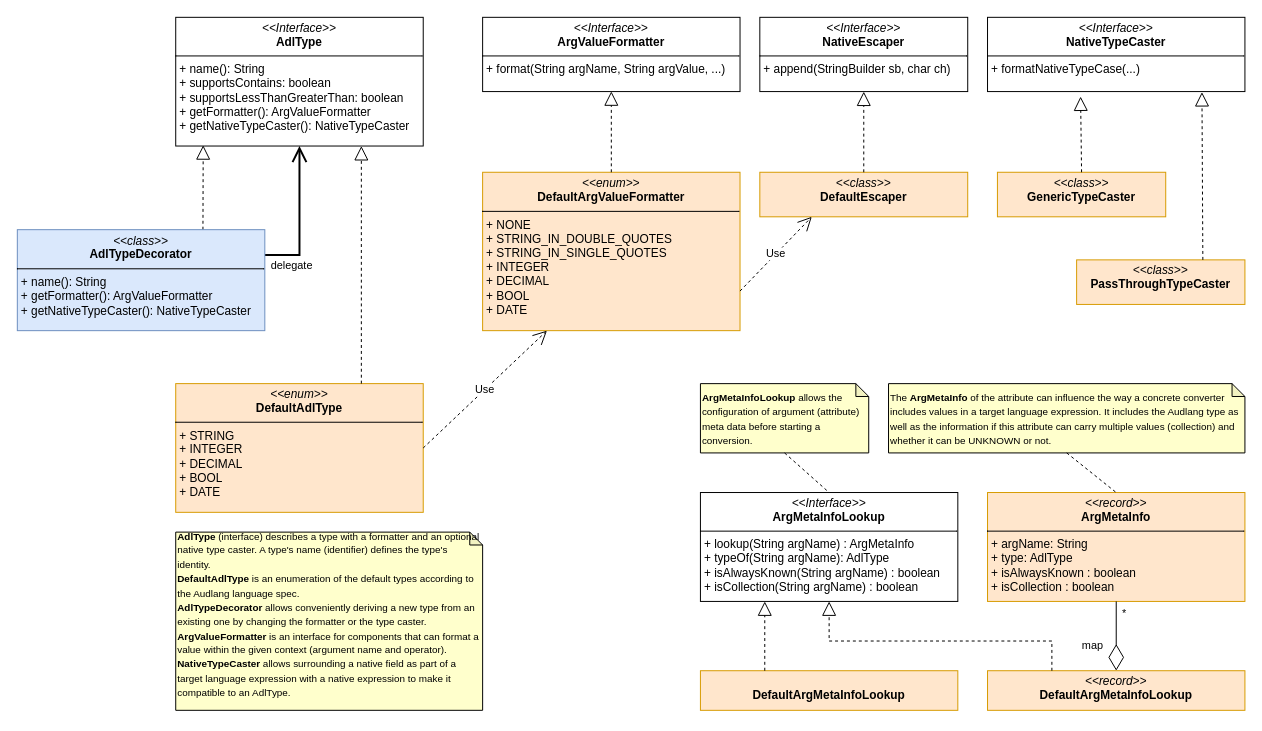
The draw.io diagram src/main/java/de/calamanari/adl/cnv/tps/tps.drawio in KarlEilebrecht/audlang-java-core, before the edit. Source tidied: cells renumbered, new cells numbered last; positions are measured from the earlier drawing's top-left corner, leaving out a move shared by most shapes. Both pictures are drawn from the tidied source at 99%, with x=0, y=0 at pixel (17, 17).
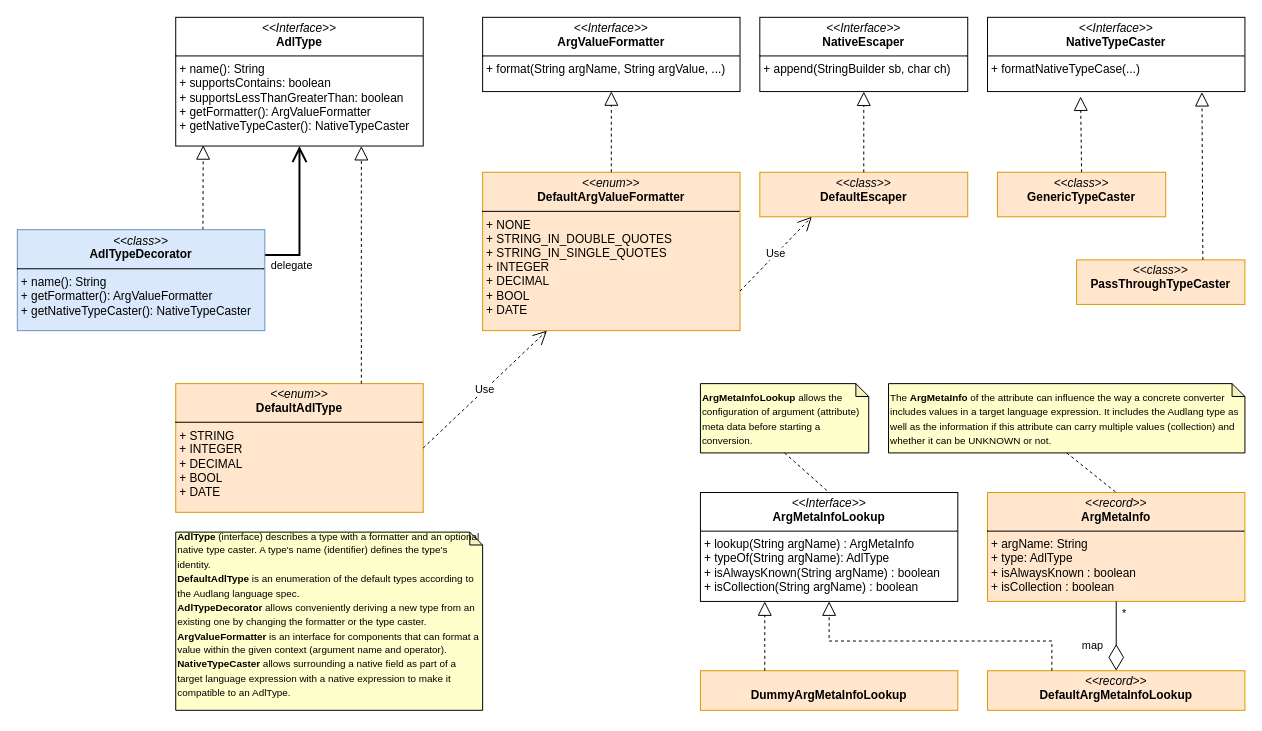
The same page after the edit.

What changed in the source:
```diff
@@
-    <mxCell id="34" value="&lt;p style=&quot;margin:0px;margin-top:4px;text-align:center;&quot;&gt;&lt;br&gt;&lt;b&gt;DefaultArgMetaInfoLookup&lt;/b&gt;&lt;/p&gt;&lt;p style=&quot;margin:0px;margin-left:4px;&quot;&gt;&lt;br&gt;&lt;/p&gt;" style="verticalAlign=top;align=left;overflow=fill;html=1;whiteSpace=wrap;fillColor=#ffe6cc;strokeColor=#d79b00;" parent="1" vertex="1">
+    <mxCell id="34" value="&lt;p style=&quot;margin:0px;margin-top:4px;text-align:center;&quot;&gt;&lt;br&gt;&lt;b&gt;DummyArgMetaInfoLookup&lt;/b&gt;&lt;/p&gt;&lt;p style=&quot;margin:0px;margin-left:4px;&quot;&gt;&lt;br&gt;&lt;/p&gt;" style="verticalAlign=top;align=left;overflow=fill;html=1;whiteSpace=wrap;fillColor=#ffe6cc;strokeColor=#d79b00;" parent="1" vertex="1">
       <mxGeometry x="690" y="660" width="260" height="40" as="geometry" />
     </mxCell>
```
